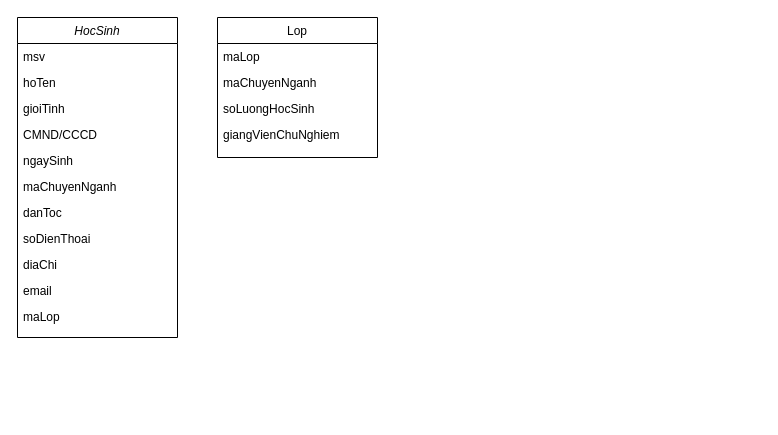
Earlier version of the draw.io diagram SoTaySV.drawio (minhanh9422/SoTaySV_UAD). Source tidied: cells renumbered, new cells numbered last; positions are measured from the earlier drawing's top-left corner, leaving out a move shared by most shapes. Both pictures are drawn from the tidied source at 100%, with x=0, y=0 at pixel (17, 17).
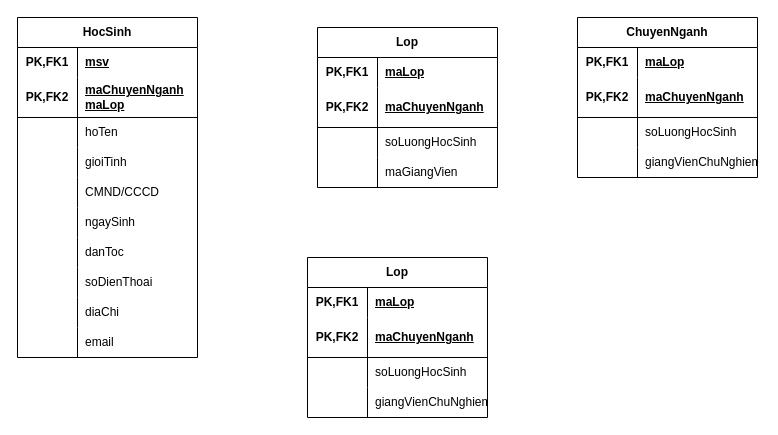
After the change.

Change to the diagram source:
```diff
@@
-    <mxCell id="2" value="HocSinh" style="swimlane;fontStyle=2;align=center;verticalAlign=top;horizontal=1;startSize=26;rounded=0;shadow=0;strokeWidth=1;" parent="1" vertex="1">
-      <mxGeometry width="160" height="320" as="geometry" />
+    <mxCell id="2" value="HocSinh" style="shape=table;startSize=30;childLayout=tableLayout;rowLines=0;fontStyle=1;align=center;html=1;whiteSpace=wrap;" parent="1" vertex="1">
+      <mxGeometry width="180" height="340" as="geometry" />
     </mxCell>
+    <mxCell id="19" style="shape=tableRow;horizontal=0;startSize=0;swimlaneHead=0;swimlaneBody=0;fillColor=none;top=0;left=0;right=0;bottom=0;html=1;" parent="2" vertex="1">
+      <mxGeometry y="30" width="180" height="30" as="geometry" />
+    </mxCell>
+    <mxCell id="20" value="PK,FK1" style="shape=partialRectangle;fillColor=none;top=0;left=0;bottom=0;right=0;fontStyle=1;overflow=hidden;html=1;whiteSpace=wrap;" parent="19" vertex="1">
+      <mxGeometry width="60" height="30" as="geometry" />
+    </mxCell>
-    <mxCell id="3" value="msv" style="text;align=left;verticalAlign=top;spacingLeft=4;spacingRight=4;overflow=hidden;" parent="2" vertex="1">
-      <mxGeometry y="26" width="160" height="26" as="geometry" />
+    <mxCell id="3" value="msv" style="shape=partialRectangle;fillColor=none;top=0;left=0;bottom=0;right=0;align=left;spacingLeft=6;fontStyle=5;overflow=hidden;html=1;whiteSpace=wrap;" parent="19" vertex="1">
+      <mxGeometry x="60" width="120" height="30" as="geometry" />
     </mxCell>
+    <mxCell id="21" style="shape=tableRow;horizontal=0;startSize=0;swimlaneHead=0;swimlaneBody=0;fillColor=none;top=0;left=0;right=0;bottom=1;html=1;" parent="2" vertex="1">
+      <mxGeometry y="60" width="180" height="40" as="geometry" />
+    </mxCell>
+    <mxCell id="22" value="PK,FK2" style="shape=partialRectangle;fillColor=none;top=0;left=0;bottom=0;right=0;fontStyle=1;overflow=hidden;html=1;whiteSpace=wrap;" parent="21" vertex="1">
+      <mxGeometry width="60" height="40" as="geometry" />
+    </mxCell>
+    <mxCell id="23" value="maChuyenNganh&lt;div&gt;maLop&lt;/div&gt;" style="shape=partialRectangle;fillColor=none;top=0;left=0;bottom=0;right=0;align=left;spacingLeft=6;fontStyle=5;overflow=hidden;html=1;whiteSpace=wrap;" parent="21" vertex="1">
+      <mxGeometry x="60" width="120" height="40" as="geometry" />
+    </mxCell>
+    <mxCell id="24" style="shape=tableRow;horizontal=0;startSize=0;swimlaneHead=0;swimlaneBody=0;fillColor=none;top=0;left=0;right=0;bottom=0;html=1;" parent="2" vertex="1">
+      <mxGeometry y="100" width="180" height="30" as="geometry" />
+    </mxCell>
+    <mxCell id="25" style="shape=partialRectangle;fillColor=none;top=0;left=0;bottom=0;right=0;overflow=hidden;html=1;whiteSpace=wrap;" parent="24" vertex="1">
+      <mxGeometry width="60" height="30" as="geometry" />
+    </mxCell>
-    <mxCell id="4" value="hoTen" style="text;align=left;verticalAlign=top;spacingLeft=4;spacingRight=4;overflow=hidden;rounded=0;shadow=0;html=0;" parent="2" vertex="1">
-      <mxGeometry y="52" width="160" height="26" as="geometry" />
+    <mxCell id="4" value="&lt;span style=&quot;text-wrap-mode: nowrap;&quot;&gt;hoTen&lt;/span&gt;" style="shape=partialRectangle;fillColor=none;top=0;left=0;bottom=0;right=0;align=left;spacingLeft=6;overflow=hidden;html=1;whiteSpace=wrap;" parent="24" vertex="1">
+      <mxGeometry x="60" width="120" height="30" as="geometry" />
     </mxCell>
+    <mxCell id="26" style="shape=tableRow;horizontal=0;startSize=0;swimlaneHead=0;swimlaneBody=0;fillColor=none;top=0;left=0;right=0;bottom=0;html=1;" parent="2" vertex="1">
+      <mxGeometry y="130" width="180" height="30" as="geometry" />
+    </mxCell>
+    <mxCell id="27" style="shape=partialRectangle;fillColor=none;top=0;left=0;bottom=0;right=0;overflow=hidden;html=1;whiteSpace=wrap;" parent="26" vertex="1">
+      <mxGeometry width="60" height="30" as="geometry" />
+    </mxCell>
-    <mxCell id="5" value="gioiTinh" style="text;align=left;verticalAlign=top;spacingLeft=4;spacingRight=4;overflow=hidden;rounded=0;shadow=0;html=0;" parent="2" vertex="1">
-      <mxGeometry y="78" width="160" height="26" as="geometry" />
+    <mxCell id="5" value="&lt;span style=&quot;text-wrap-mode: nowrap;&quot;&gt;gioiTinh&lt;/span&gt;" style="shape=partialRectangle;fillColor=none;top=0;left=0;bottom=0;right=0;align=left;spacingLeft=6;overflow=hidden;html=1;whiteSpace=wrap;" parent="26" vertex="1">
+      <mxGeometry x="60" width="120" height="30" as="geometry" />
     </mxCell>
+    <mxCell id="28" style="shape=tableRow;horizontal=0;startSize=0;swimlaneHead=0;swimlaneBody=0;fillColor=none;top=0;left=0;right=0;bottom=0;html=1;" parent="2" vertex="1">
+      <mxGeometry y="160" width="180" height="30" as="geometry" />
+    </mxCell>
+    <mxCell id="29" style="shape=partialRectangle;fillColor=none;top=0;left=0;bottom=0;right=0;overflow=hidden;html=1;whiteSpace=wrap;" parent="28" vertex="1">
+      <mxGeometry width="60" height="30" as="geometry" />
+    </mxCell>
-    <mxCell id="6" value="CMND/CCCD" style="text;align=left;verticalAlign=top;spacingLeft=4;spacingRight=4;overflow=hidden;rounded=0;shadow=0;html=0;" parent="2" vertex="1">
-      <mxGeometry y="104" width="160" height="26" as="geometry" />
+    <mxCell id="6" value="&lt;span style=&quot;text-wrap-mode: nowrap;&quot;&gt;CMND/CCCD&lt;/span&gt;" style="shape=partialRectangle;fillColor=none;top=0;left=0;bottom=0;right=0;align=left;spacingLeft=6;overflow=hidden;html=1;whiteSpace=wrap;" parent="28" vertex="1">
+      <mxGeometry x="60" width="120" height="30" as="geometry" />
     </mxCell>
+    <mxCell id="30" style="shape=tableRow;horizontal=0;startSize=0;swimlaneHead=0;swimlaneBody=0;fillColor=none;top=0;left=0;right=0;bottom=0;html=1;" parent="2" vertex="1">
+      <mxGeometry y="190" width="180" height="30" as="geometry" />
+    </mxCell>
+    <mxCell id="31" style="shape=partialRectangle;fillColor=none;top=0;left=0;bottom=0;right=0;overflow=hidden;html=1;whiteSpace=wrap;" parent="30" vertex="1">
+      <mxGeometry width="60" height="30" as="geometry" />
+    </mxCell>
-    <mxCell id="7" value="ngaySinh" style="text;align=left;verticalAlign=top;spacingLeft=4;spacingRight=4;overflow=hidden;rounded=0;shadow=0;html=0;" parent="2" vertex="1">
-      <mxGeometry y="130" width="160" height="26" as="geometry" />
+    <mxCell id="7" value="&lt;span style=&quot;text-wrap-mode: nowrap;&quot;&gt;ngaySinh&lt;/span&gt;" style="shape=partialRectangle;fillColor=none;top=0;left=0;bottom=0;right=0;align=left;spacingLeft=6;overflow=hidden;html=1;whiteSpace=wrap;" parent="30" vertex="1">
+      <mxGeometry x="60" width="120" height="30" as="geometry" />
     </mxCell>
-    <mxCell id="8" value="maChuyenNganh" style="text;align=left;verticalAlign=top;spacingLeft=4;spacingRight=4;overflow=hidden;rounded=0;shadow=0;html=0;" parent="2" vertex="1">
-      <mxGeometry y="156" width="160" height="26" as="geometry" />
-    </mxCell>
+    <mxCell id="32" style="shape=tableRow;horizontal=0;startSize=0;swimlaneHead=0;swimlaneBody=0;fillColor=none;top=0;left=0;right=0;bottom=0;html=1;" parent="2" vertex="1">
+      <mxGeometry y="220" width="180" height="30" as="geometry" />
+    </mxCell>
+    <mxCell id="33" style="shape=partialRectangle;fillColor=none;top=0;left=0;bottom=0;right=0;overflow=hidden;html=1;whiteSpace=wrap;" parent="32" vertex="1">
+      <mxGeometry width="60" height="30" as="geometry" />
+    </mxCell>
-    <mxCell id="9" value="danToc" style="text;align=left;verticalAlign=top;spacingLeft=4;spacingRight=4;overflow=hidden;rounded=0;shadow=0;html=0;" parent="2" vertex="1">
-      <mxGeometry y="182" width="160" height="26" as="geometry" />
+    <mxCell id="9" value="&lt;span style=&quot;text-wrap-mode: nowrap;&quot;&gt;danToc&lt;/span&gt;" style="shape=partialRectangle;fillColor=none;top=0;left=0;bottom=0;right=0;align=left;spacingLeft=6;overflow=hidden;html=1;whiteSpace=wrap;" parent="32" vertex="1">
+      <mxGeometry x="60" width="120" height="30" as="geometry" />
     </mxCell>
+    <mxCell id="34" style="shape=tableRow;horizontal=0;startSize=0;swimlaneHead=0;swimlaneBody=0;fillColor=none;top=0;left=0;right=0;bottom=0;html=1;" parent="2" vertex="1">
+      <mxGeometry y="250" width="180" height="30" as="geometry" />
+    </mxCell>
+    <mxCell id="35" style="shape=partialRectangle;fillColor=none;top=0;left=0;bottom=0;right=0;overflow=hidden;html=1;whiteSpace=wrap;" parent="34" vertex="1">
+      <mxGeometry width="60" height="30" as="geometry" />
+    </mxCell>
-    <mxCell id="10" value="soDienThoai" style="text;align=left;verticalAlign=top;spacingLeft=4;spacingRight=4;overflow=hidden;rounded=0;shadow=0;html=0;" parent="2" vertex="1">
-      <mxGeometry y="208" width="160" height="26" as="geometry" />
+    <mxCell id="10" value="&lt;span style=&quot;text-wrap-mode: nowrap;&quot;&gt;soDienThoai&lt;/span&gt;" style="shape=partialRectangle;fillColor=none;top=0;left=0;bottom=0;right=0;align=left;spacingLeft=6;overflow=hidden;html=1;whiteSpace=wrap;" parent="34" vertex="1">
+      <mxGeometry x="60" width="120" height="30" as="geometry" />
     </mxCell>
+    <mxCell id="36" style="shape=tableRow;horizontal=0;startSize=0;swimlaneHead=0;swimlaneBody=0;fillColor=none;top=0;left=0;right=0;bottom=0;html=1;" parent="2" vertex="1">
+      <mxGeometry y="280" width="180" height="30" as="geometry" />
+    </mxCell>
+    <mxCell id="37" style="shape=partialRectangle;fillColor=none;top=0;left=0;bottom=0;right=0;overflow=hidden;html=1;whiteSpace=wrap;" parent="36" vertex="1">
+      <mxGeometry width="60" height="30" as="geometry" />
+    </mxCell>
-    <mxCell id="11" value="diaChi" style="text;align=left;verticalAlign=top;spacingLeft=4;spacingRight=4;overflow=hidden;rounded=0;shadow=0;html=0;" parent="2" vertex="1">
-      <mxGeometry y="234" width="160" height="26" as="geometry" />
+    <mxCell id="11" value="&lt;span style=&quot;text-wrap-mode: nowrap;&quot;&gt;diaChi&lt;/span&gt;" style="shape=partialRectangle;fillColor=none;top=0;left=0;bottom=0;right=0;align=left;spacingLeft=6;overflow=hidden;html=1;whiteSpace=wrap;" parent="36" vertex="1">
+      <mxGeometry x="60" width="120" height="30" as="geometry" />
     </mxCell>
+    <mxCell id="38" style="shape=tableRow;horizontal=0;startSize=0;swimlaneHead=0;swimlaneBody=0;fillColor=none;top=0;left=0;right=0;bottom=0;html=1;" parent="2" vertex="1">
+      <mxGeometry y="310" width="180" height="30" as="geometry" />
+    </mxCell>
+    <mxCell id="39" style="shape=partialRectangle;fillColor=none;top=0;left=0;bottom=0;right=0;overflow=hidden;html=1;whiteSpace=wrap;" parent="38" vertex="1">
+      <mxGeometry width="60" height="30" as="geometry" />
+    </mxCell>
-    <mxCell id="12" value="email" style="text;align=left;verticalAlign=top;spacingLeft=4;spacingRight=4;overflow=hidden;rounded=0;shadow=0;html=0;" parent="2" vertex="1">
-      <mxGeometry y="260" width="160" height="26" as="geometry" />
+    <mxCell id="12" value="&lt;span style=&quot;text-wrap-mode: nowrap;&quot;&gt;email&lt;/span&gt;" style="shape=partialRectangle;fillColor=none;top=0;left=0;bottom=0;right=0;align=left;spacingLeft=6;overflow=hidden;html=1;whiteSpace=wrap;" parent="38" vertex="1">
+      <mxGeometry x="60" width="120" height="30" as="geometry" />
     </mxCell>
-    <mxCell id="13" value="maLop" style="text;align=left;verticalAlign=top;spacingLeft=4;spacingRight=4;overflow=hidden;rounded=0;shadow=0;html=0;" parent="2" vertex="1">
-      <mxGeometry y="286" width="160" height="26" as="geometry" />
-    </mxCell>
-    <mxCell id="14" value="Lop" style="swimlane;fontStyle=0;align=center;verticalAlign=top;horizontal=1;startSize=26;rounded=0;shadow=0;strokeWidth=1;" parent="1" vertex="1">
-      <mxGeometry x="200" width="160" height="140" as="geometry" />
-    </mxCell>
-    <mxCell id="15" value="maLop" style="text;align=left;verticalAlign=top;spacingLeft=4;spacingRight=4;overflow=hidden;" parent="14" vertex="1">
-      <mxGeometry y="26" width="160" height="26" as="geometry" />
-    </mxCell>
-    <mxCell id="16" value="maChuyenNganh" style="text;align=left;verticalAlign=top;spacingLeft=4;spacingRight=4;overflow=hidden;rounded=0;shadow=0;html=0;" parent="14" vertex="1">
-      <mxGeometry y="52" width="160" height="26" as="geometry" />
-    </mxCell>
-    <mxCell id="17" value="soLuongHocSinh" style="text;align=left;verticalAlign=top;spacingLeft=4;spacingRight=4;overflow=hidden;rounded=0;shadow=0;html=0;" parent="14" vertex="1">
-      <mxGeometry y="78" width="160" height="26" as="geometry" />
-    </mxCell>
-    <mxCell id="18" value="giangVienChuNghiem" style="text;align=left;verticalAlign=top;spacingLeft=4;spacingRight=4;overflow=hidden;rounded=0;shadow=0;html=0;" parent="14" vertex="1">
-      <mxGeometry y="104" width="160" height="26" as="geometry" />
-    </mxCell>
+    <mxCell id="40" value="Lop" style="shape=table;startSize=30;childLayout=tableLayout;rowLines=0;fontStyle=1;align=center;html=1;whiteSpace=wrap;" parent="1" vertex="1">
+      <mxGeometry x="300" y="10" width="180" height="160" as="geometry" />
+    </mxCell>
+    <mxCell id="41" style="shape=tableRow;horizontal=0;startSize=0;swimlaneHead=0;swimlaneBody=0;fillColor=none;top=0;left=0;right=0;bottom=0;html=1;" parent="40" vertex="1">
+      <mxGeometry y="30" width="180" height="30" as="geometry" />
+    </mxCell>
+    <mxCell id="42" value="PK,FK1" style="shape=partialRectangle;fillColor=none;top=0;left=0;bottom=0;right=0;fontStyle=1;overflow=hidden;html=1;whiteSpace=wrap;" parent="41" vertex="1">
+      <mxGeometry width="60" height="30" as="geometry" />
+    </mxCell>
+    <mxCell id="43" value="maLop" style="shape=partialRectangle;fillColor=none;top=0;left=0;bottom=0;right=0;align=left;spacingLeft=6;fontStyle=5;overflow=hidden;html=1;whiteSpace=wrap;" parent="41" vertex="1">
+      <mxGeometry x="60" width="120" height="30" as="geometry" />
+    </mxCell>
+    <mxCell id="44" style="shape=tableRow;horizontal=0;startSize=0;swimlaneHead=0;swimlaneBody=0;fillColor=none;top=0;left=0;right=0;bottom=1;html=1;" parent="40" vertex="1">
+      <mxGeometry y="60" width="180" height="40" as="geometry" />
+    </mxCell>
+    <mxCell id="45" value="PK,FK2" style="shape=partialRectangle;fillColor=none;top=0;left=0;bottom=0;right=0;fontStyle=1;overflow=hidden;html=1;whiteSpace=wrap;" parent="44" vertex="1">
+      <mxGeometry width="60" height="40" as="geometry" />
+    </mxCell>
+    <mxCell id="46" value="maChuyenNganh" style="shape=partialRectangle;fillColor=none;top=0;left=0;bottom=0;right=0;align=left;spacingLeft=6;fontStyle=5;overflow=hidden;html=1;whiteSpace=wrap;" parent="44" vertex="1">
+      <mxGeometry x="60" width="120" height="40" as="geometry" />
+    </mxCell>
+    <mxCell id="47" style="shape=tableRow;horizontal=0;startSize=0;swimlaneHead=0;swimlaneBody=0;fillColor=none;top=0;left=0;right=0;bottom=0;html=1;" parent="40" vertex="1">
+      <mxGeometry y="100" width="180" height="30" as="geometry" />
+    </mxCell>
+    <mxCell id="48" style="shape=partialRectangle;fillColor=none;top=0;left=0;bottom=0;right=0;overflow=hidden;html=1;whiteSpace=wrap;" parent="47" vertex="1">
+      <mxGeometry width="60" height="30" as="geometry" />
+    </mxCell>
+    <mxCell id="49" value="&lt;span style=&quot;text-wrap-mode: nowrap;&quot;&gt;soLuongHocSinh&lt;/span&gt;" style="shape=partialRectangle;fillColor=none;top=0;left=0;bottom=0;right=0;align=left;spacingLeft=6;overflow=hidden;html=1;whiteSpace=wrap;" parent="47" vertex="1">
+      <mxGeometry x="60" width="120" height="30" as="geometry" />
+    </mxCell>
+    <mxCell id="50" style="shape=tableRow;horizontal=0;startSize=0;swimlaneHead=0;swimlaneBody=0;fillColor=none;top=0;left=0;right=0;bottom=0;html=1;" parent="40" vertex="1">
+      <mxGeometry y="130" width="180" height="30" as="geometry" />
+    </mxCell>
+    <mxCell id="51" style="shape=partialRectangle;fillColor=none;top=0;left=0;bottom=0;right=0;overflow=hidden;html=1;whiteSpace=wrap;" parent="50" vertex="1">
+      <mxGeometry width="60" height="30" as="geometry" />
+    </mxCell>
+    <mxCell id="52" value="&lt;span style=&quot;text-wrap-mode: nowrap;&quot;&gt;maGiangVien&lt;/span&gt;" style="shape=partialRectangle;fillColor=none;top=0;left=0;bottom=0;right=0;align=left;spacingLeft=6;overflow=hidden;html=1;whiteSpace=wrap;" parent="50" vertex="1">
+      <mxGeometry x="60" width="120" height="30" as="geometry" />
+    </mxCell>
+    <mxCell id="53" value="ChuyenNganh" style="shape=table;startSize=30;childLayout=tableLayout;rowLines=0;fontStyle=1;align=center;html=1;whiteSpace=wrap;" parent="1" vertex="1">
+      <mxGeometry x="560" width="180" height="160" as="geometry" />
+    </mxCell>
+    <mxCell id="54" style="shape=tableRow;horizontal=0;startSize=0;swimlaneHead=0;swimlaneBody=0;fillColor=none;top=0;left=0;right=0;bottom=0;html=1;" parent="53" vertex="1">
+      <mxGeometry y="30" width="180" height="30" as="geometry" />
+    </mxCell>
+    <mxCell id="55" value="PK,FK1" style="shape=partialRectangle;fillColor=none;top=0;left=0;bottom=0;right=0;fontStyle=1;overflow=hidden;html=1;whiteSpace=wrap;" parent="54" vertex="1">
+      <mxGeometry width="60" height="30" as="geometry" />
+    </mxCell>
+    <mxCell id="56" value="maLop" style="shape=partialRectangle;fillColor=none;top=0;left=0;bottom=0;right=0;align=left;spacingLeft=6;fontStyle=5;overflow=hidden;html=1;whiteSpace=wrap;" parent="54" vertex="1">
+      <mxGeometry x="60" width="120" height="30" as="geometry" />
+    </mxCell>
+    <mxCell id="57" style="shape=tableRow;horizontal=0;startSize=0;swimlaneHead=0;swimlaneBody=0;fillColor=none;top=0;left=0;right=0;bottom=1;html=1;" parent="53" vertex="1">
+      <mxGeometry y="60" width="180" height="40" as="geometry" />
+    </mxCell>
+    <mxCell id="58" value="PK,FK2" style="shape=partialRectangle;fillColor=none;top=0;left=0;bottom=0;right=0;fontStyle=1;overflow=hidden;html=1;whiteSpace=wrap;" parent="57" vertex="1">
+      <mxGeometry width="60" height="40" as="geometry" />
+    </mxCell>
+    <mxCell id="59" value="maChuyenNganh" style="shape=partialRectangle;fillColor=none;top=0;left=0;bottom=0;right=0;align=left;spacingLeft=6;fontStyle=5;overflow=hidden;html=1;whiteSpace=wrap;" parent="57" vertex="1">
+      <mxGeometry x="60" width="120" height="40" as="geometry" />
+    </mxCell>
+    <mxCell id="60" style="shape=tableRow;horizontal=0;startSize=0;swimlaneHead=0;swimlaneBody=0;fillColor=none;top=0;left=0;right=0;bottom=0;html=1;" parent="53" vertex="1">
+      <mxGeometry y="100" width="180" height="30" as="geometry" />
+    </mxCell>
+    <mxCell id="61" style="shape=partialRectangle;fillColor=none;top=0;left=0;bottom=0;right=0;overflow=hidden;html=1;whiteSpace=wrap;" parent="60" vertex="1">
+      <mxGeometry width="60" height="30" as="geometry" />
+    </mxCell>
+    <mxCell id="62" value="&lt;span style=&quot;text-wrap-mode: nowrap;&quot;&gt;soLuongHocSinh&lt;/span&gt;" style="shape=partialRectangle;fillColor=none;top=0;left=0;bottom=0;right=0;align=left;spacingLeft=6;overflow=hidden;html=1;whiteSpace=wrap;" parent="60" vertex="1">
+      <mxGeometry x="60" width="120" height="30" as="geometry" />
+    </mxCell>
+    <mxCell id="63" style="shape=tableRow;horizontal=0;startSize=0;swimlaneHead=0;swimlaneBody=0;fillColor=none;top=0;left=0;right=0;bottom=0;html=1;" parent="53" vertex="1">
+      <mxGeometry y="130" width="180" height="30" as="geometry" />
+    </mxCell>
+    <mxCell id="64" style="shape=partialRectangle;fillColor=none;top=0;left=0;bottom=0;right=0;overflow=hidden;html=1;whiteSpace=wrap;" parent="63" vertex="1">
+      <mxGeometry width="60" height="30" as="geometry" />
+    </mxCell>
+    <mxCell id="65" value="&lt;span style=&quot;text-wrap-mode: nowrap;&quot;&gt;giangVienChuNghiem&lt;/span&gt;" style="shape=partialRectangle;fillColor=none;top=0;left=0;bottom=0;right=0;align=left;spacingLeft=6;overflow=hidden;html=1;whiteSpace=wrap;" parent="63" vertex="1">
+      <mxGeometry x="60" width="120" height="30" as="geometry" />
+    </mxCell>
+    <mxCell id="66" value="Lop" style="shape=table;startSize=30;childLayout=tableLayout;rowLines=0;fontStyle=1;align=center;html=1;whiteSpace=wrap;" parent="1" vertex="1">
+      <mxGeometry x="290" y="240" width="180" height="160" as="geometry" />
+    </mxCell>
+    <mxCell id="67" style="shape=tableRow;horizontal=0;startSize=0;swimlaneHead=0;swimlaneBody=0;fillColor=none;top=0;left=0;right=0;bottom=0;html=1;" parent="66" vertex="1">
+      <mxGeometry y="30" width="180" height="30" as="geometry" />
+    </mxCell>
+    <mxCell id="68" value="PK,FK1" style="shape=partialRectangle;fillColor=none;top=0;left=0;bottom=0;right=0;fontStyle=1;overflow=hidden;html=1;whiteSpace=wrap;" parent="67" vertex="1">
+      <mxGeometry width="60" height="30" as="geometry" />
+    </mxCell>
+    <mxCell id="69" value="maLop" style="shape=partialRectangle;fillColor=none;top=0;left=0;bottom=0;right=0;align=left;spacingLeft=6;fontStyle=5;overflow=hidden;html=1;whiteSpace=wrap;" parent="67" vertex="1">
+      <mxGeometry x="60" width="120" height="30" as="geometry" />
+    </mxCell>
+    <mxCell id="70" style="shape=tableRow;horizontal=0;startSize=0;swimlaneHead=0;swimlaneBody=0;fillColor=none;top=0;left=0;right=0;bottom=1;html=1;" parent="66" vertex="1">
+      <mxGeometry y="60" width="180" height="40" as="geometry" />
+    </mxCell>
+    <mxCell id="71" value="PK,FK2" style="shape=partialRectangle;fillColor=none;top=0;left=0;bottom=0;right=0;fontStyle=1;overflow=hidden;html=1;whiteSpace=wrap;" parent="70" vertex="1">
+      <mxGeometry width="60" height="40" as="geometry" />
+    </mxCell>
+    <mxCell id="72" value="maChuyenNganh" style="shape=partialRectangle;fillColor=none;top=0;left=0;bottom=0;right=0;align=left;spacingLeft=6;fontStyle=5;overflow=hidden;html=1;whiteSpace=wrap;" parent="70" vertex="1">
+      <mxGeometry x="60" width="120" height="40" as="geometry" />
+    </mxCell>
+    <mxCell id="73" style="shape=tableRow;horizontal=0;startSize=0;swimlaneHead=0;swimlaneBody=0;fillColor=none;top=0;left=0;right=0;bottom=0;html=1;" parent="66" vertex="1">
+      <mxGeometry y="100" width="180" height="30" as="geometry" />
+    </mxCell>
+    <mxCell id="74" style="shape=partialRectangle;fillColor=none;top=0;left=0;bottom=0;right=0;overflow=hidden;html=1;whiteSpace=wrap;" parent="73" vertex="1">
+      <mxGeometry width="60" height="30" as="geometry" />
+    </mxCell>
+    <mxCell id="75" value="&lt;span style=&quot;text-wrap-mode: nowrap;&quot;&gt;soLuongHocSinh&lt;/span&gt;" style="shape=partialRectangle;fillColor=none;top=0;left=0;bottom=0;right=0;align=left;spacingLeft=6;overflow=hidden;html=1;whiteSpace=wrap;" parent="73" vertex="1">
+      <mxGeometry x="60" width="120" height="30" as="geometry" />
+    </mxCell>
+    <mxCell id="76" style="shape=tableRow;horizontal=0;startSize=0;swimlaneHead=0;swimlaneBody=0;fillColor=none;top=0;left=0;right=0;bottom=0;html=1;" parent="66" vertex="1">
+      <mxGeometry y="130" width="180" height="30" as="geometry" />
+    </mxCell>
+    <mxCell id="77" style="shape=partialRectangle;fillColor=none;top=0;left=0;bottom=0;right=0;overflow=hidden;html=1;whiteSpace=wrap;" parent="76" vertex="1">
+      <mxGeometry width="60" height="30" as="geometry" />
+    </mxCell>
+    <mxCell id="78" value="&lt;span style=&quot;text-wrap-mode: nowrap;&quot;&gt;giangVienChuNghiem&lt;/span&gt;" style="shape=partialRectangle;fillColor=none;top=0;left=0;bottom=0;right=0;align=left;spacingLeft=6;overflow=hidden;html=1;whiteSpace=wrap;" parent="76" vertex="1">
+      <mxGeometry x="60" width="120" height="30" as="geometry" />
+    </mxCell>
```
